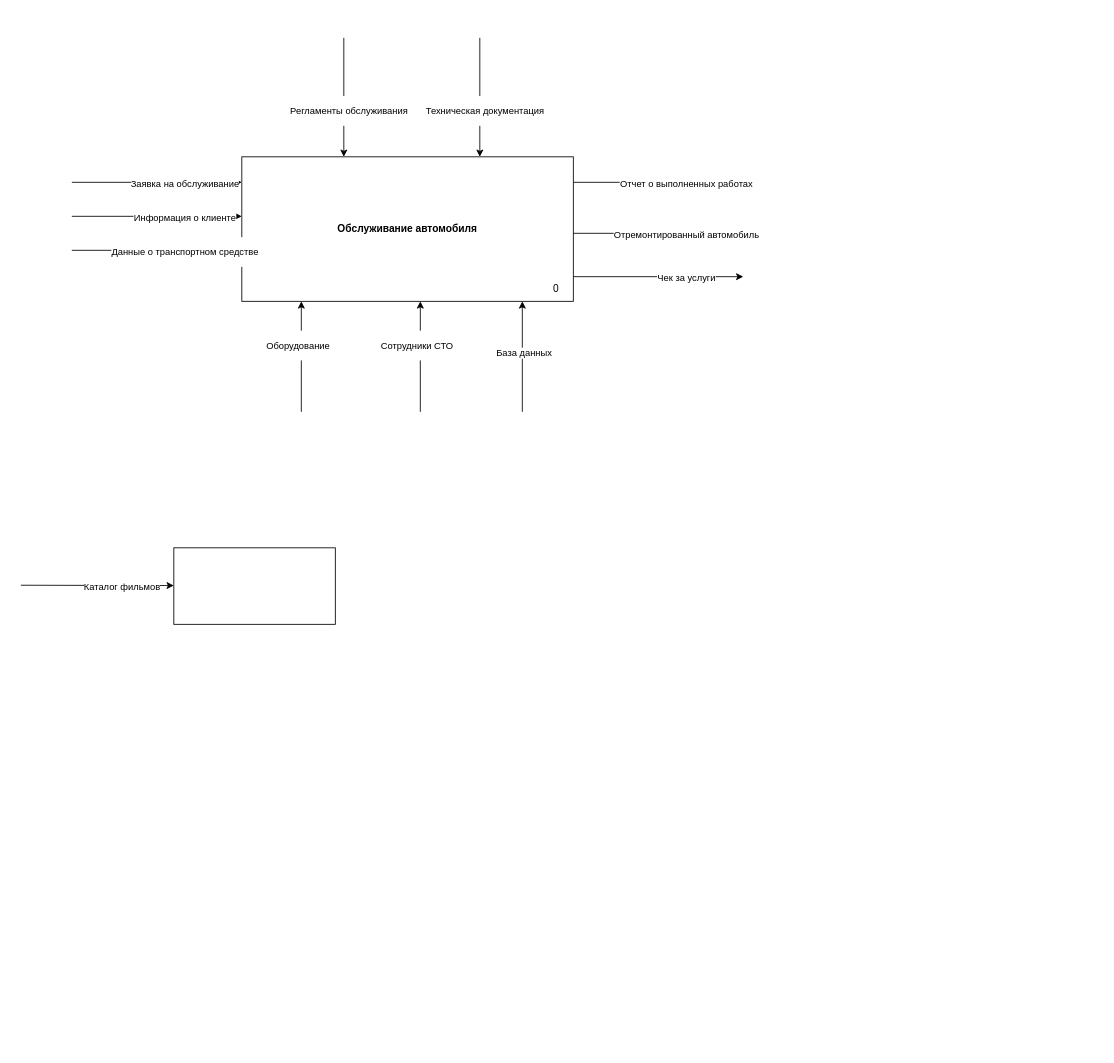
vanyailnitsk/vanyailnitsk.github.io keeps this draw.io diagram as paps_1.drawio. Above is the earlier version. Source tidied: cells renumbered, new cells numbered last; positions are measured from the earlier drawing's top-left corner, leaving out a move shared by most shapes. Both pictures are drawn from the tidied source at 85%, with x=0, y=0 at pixel (20, 37).
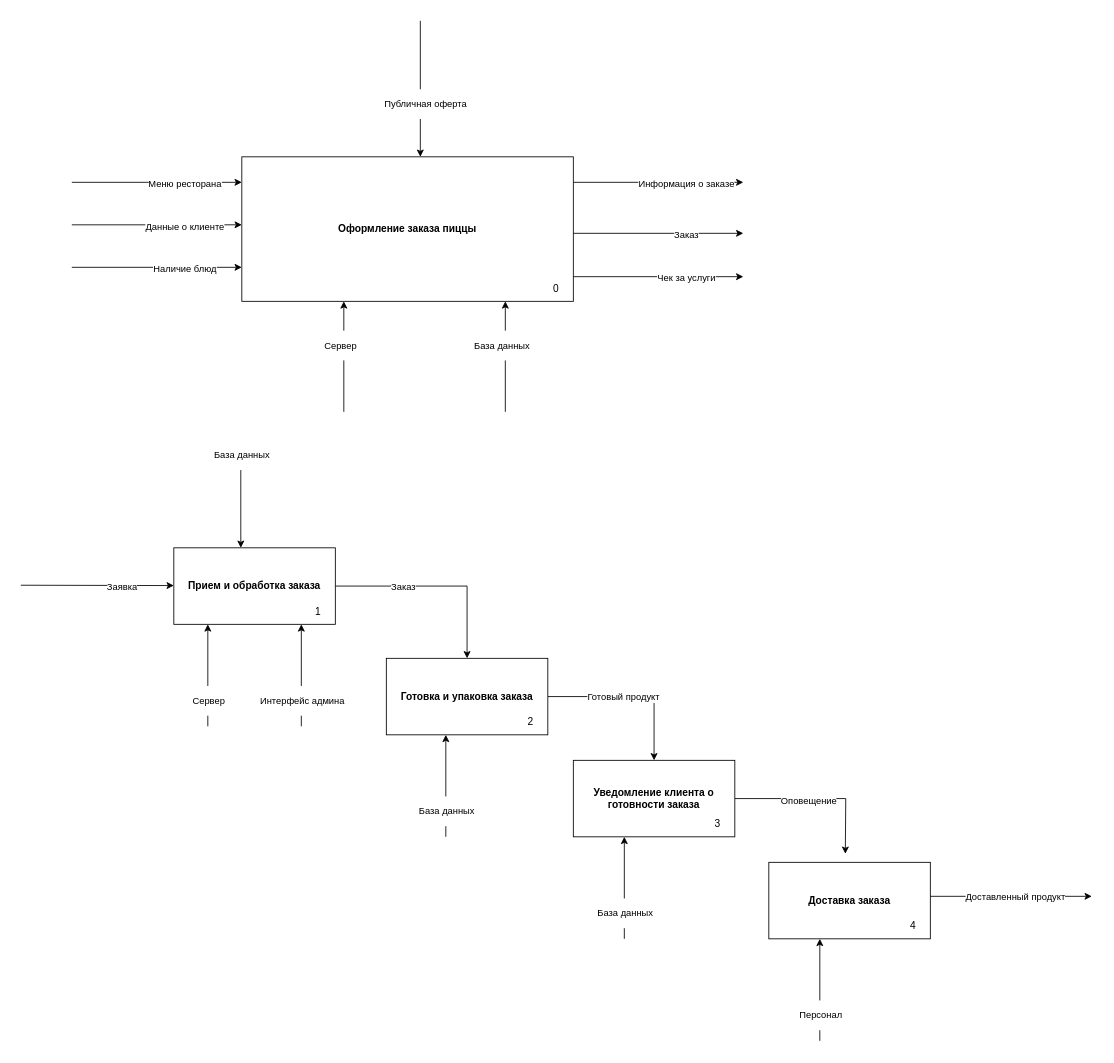
The same diagram, later.

Unchanged cells that the change refers to:
```xml
<mxCell id="3" style="endArrow=classic;html=1;rounded=0;" parent="1" edge="1">
  <mxGeometry relative="1" as="geometry">
    <mxPoint x="60" y="170" as="sourcePoint" />
    <mxPoint x="260" y="170" as="targetPoint" />
  </mxGeometry>
</mxCell>
<mxCell id="13" style="endArrow=classic;html=1;rounded=0;" parent="1" edge="1">
  <mxGeometry relative="1" as="geometry">
    <mxPoint x="650" y="170" as="sourcePoint" />
    <mxPoint x="850" y="170" as="targetPoint" />
  </mxGeometry>
</mxCell>
<mxCell id="15" style="endArrow=classic;html=1;rounded=0;" parent="1" edge="1">
  <mxGeometry relative="1" as="geometry">
    <mxPoint x="650" y="230" as="sourcePoint" />
    <mxPoint x="850" y="230" as="targetPoint" />
  </mxGeometry>
</mxCell>
<mxCell id="23" style="endArrow=classic;html=1;rounded=0;" parent="1" edge="1">
  <mxGeometry relative="1" as="geometry">
    <mxPoint y="644" as="sourcePoint" />
    <mxPoint x="180" y="644.4" as="targetPoint" />
  </mxGeometry>
</mxCell>
```

Diff of the diagram source:
```diff
@@
-    <mxCell id="2" value="&lt;h4&gt;Обслуживание автомобиля&lt;/h4&gt;" style="rounded=0;whiteSpace=wrap;html=1;" parent="1" vertex="1">
+    <mxCell id="2" value="&lt;h4&gt;Оформление заказа пиццы&lt;/h4&gt;" style="rounded=0;whiteSpace=wrap;html=1;" parent="1" vertex="1">
       <mxGeometry x="260" y="140" width="390" height="170" as="geometry" />
     </mxCell>
@@
-    <mxCell id="4" value="&lt;p&gt;Заявка на обслуживание&lt;/p&gt;" style="edgeLabel;html=1;align=center;verticalAlign=middle;" parent="3" vertex="1">
+    <mxCell id="4" value="&lt;p&gt;Меню ресторана&lt;/p&gt;" style="edgeLabel;html=1;align=center;verticalAlign=middle;" parent="3" vertex="1">
       <mxGeometry x="0.32" y="-1" relative="1" as="geometry" />
     </mxCell>
     <mxCell id="5" style="endArrow=classic;html=1;rounded=0;" parent="1" edge="1">
       <mxGeometry relative="1" as="geometry">
-        <mxPoint x="60" y="210" as="sourcePoint" />
-        <mxPoint x="260" y="210" as="targetPoint" />
+        <mxPoint x="60" y="220" as="sourcePoint" />
+        <mxPoint x="260" y="220" as="targetPoint" />
       </mxGeometry>
     </mxCell>
-    <mxCell id="6" value="&lt;p&gt;Информация о клиенте&lt;/p&gt;" style="edgeLabel;html=1;align=center;verticalAlign=middle;" parent="5" vertex="1">
+    <mxCell id="6" value="&lt;p&gt;Данные о клиенте&lt;/p&gt;" style="edgeLabel;html=1;align=center;verticalAlign=middle;" parent="5" vertex="1">
       <mxGeometry x="0.32" y="-1" relative="1" as="geometry" />
     </mxCell>
-    <mxCell id="7" style="endArrow=classic;html=1;rounded=0;" parent="1" edge="1">
-      <mxGeometry relative="1" as="geometry">
-        <mxPoint x="60" y="250" as="sourcePoint" />
-        <mxPoint x="260" y="250" as="targetPoint" />
-      </mxGeometry>
-    </mxCell>
-    <mxCell id="8" value="&lt;p&gt;Данные о транспортном средстве&lt;/p&gt;" style="edgeLabel;html=1;align=center;verticalAlign=middle;" parent="7" vertex="1">
-      <mxGeometry x="0.32" y="-1" relative="1" as="geometry" />
-    </mxCell>
     <mxCell id="9" style="endArrow=classic;html=1;rounded=0;" parent="1" edge="1">
       <mxGeometry relative="1" as="geometry">
-        <mxPoint x="330" y="440" as="sourcePoint" />
-        <mxPoint x="330" y="310" as="targetPoint" />
+        <mxPoint x="380" y="440" as="sourcePoint" />
+        <mxPoint x="380" y="310" as="targetPoint" />
       </mxGeometry>
     </mxCell>
-    <mxCell id="10" value="&lt;p&gt;Оборудование&lt;/p&gt;" style="edgeLabel;html=1;align=center;verticalAlign=middle;" parent="9" vertex="1">
+    <mxCell id="10" value="&lt;p&gt;Сервер&lt;/p&gt;" style="edgeLabel;html=1;align=center;verticalAlign=middle;" parent="9" vertex="1">
       <mxGeometry x="0.21" y="5" relative="1" as="geometry" />
     </mxCell>
-    <mxCell id="11" style="endArrow=classic;html=1;rounded=0;" parent="1" edge="1">
-      <mxGeometry relative="1" as="geometry">
-        <mxPoint x="590" y="440" as="sourcePoint" />
-        <mxPoint x="590" y="310" as="targetPoint" />
-      </mxGeometry>
-    </mxCell>
-    <mxCell id="12" value="База данных" style="edgeLabel;html=1;align=center;verticalAlign=middle;" parent="11" vertex="1">
-      <mxGeometry x="0.07" y="-1" relative="1" as="geometry" />
-    </mxCell>
@@
-    <mxCell id="14" value="&lt;p&gt;Отчет о выполненных работах&lt;/p&gt;" style="edgeLabel;html=1;align=center;verticalAlign=middle;" parent="13" vertex="1">
+    <mxCell id="14" value="&lt;p&gt;Информация о заказе&lt;/p&gt;" style="edgeLabel;html=1;align=center;verticalAlign=middle;" parent="13" vertex="1">
       <mxGeometry x="0.32" y="-1" relative="1" as="geometry" />
     </mxCell>
@@
-    <mxCell id="16" value="&lt;p&gt;Отремонтированный автомобиль&lt;/p&gt;" style="edgeLabel;html=1;align=center;verticalAlign=middle;" parent="15" vertex="1">
+    <mxCell id="16" value="&lt;p&gt;Заказ&lt;/p&gt;" style="edgeLabel;html=1;align=center;verticalAlign=middle;" parent="15" vertex="1">
       <mxGeometry x="0.32" y="-1" relative="1" as="geometry" />
     </mxCell>
-    <mxCell id="17" style="endArrow=classic;html=1;rounded=0;" parent="1" edge="1">
-      <mxGeometry relative="1" as="geometry">
-        <mxPoint x="380" as="sourcePoint" />
-        <mxPoint x="380" y="140" as="targetPoint" />
-      </mxGeometry>
-    </mxCell>
-    <mxCell id="18" value="&lt;p&gt;Регламенты обслуживания&lt;/p&gt;" style="edgeLabel;html=1;align=center;verticalAlign=middle;" parent="17" vertex="1">
-      <mxGeometry x="0.21" y="5" relative="1" as="geometry" />
-    </mxCell>
-    <mxCell id="19" style="endArrow=classic;html=1;rounded=0;" parent="1" edge="1">
-      <mxGeometry relative="1" as="geometry">
-        <mxPoint x="540" as="sourcePoint" />
-        <mxPoint x="540" y="140" as="targetPoint" />
-      </mxGeometry>
-    </mxCell>
-    <mxCell id="20" value="&lt;p&gt;Техническая документация&lt;/p&gt;" style="edgeLabel;html=1;align=center;verticalAlign=middle;" parent="19" vertex="1">
-      <mxGeometry x="0.21" y="5" relative="1" as="geometry" />
-    </mxCell>
@@
+    <mxCell id="29" style="edgeStyle=orthogonalEdgeStyle;rounded=0;jettySize=auto;html=1;entryX=0.5;entryY=0;entryDx=0;entryDy=0;" parent="1" edge="1" source="22" target="33">
+      <mxGeometry relative="1" as="geometry" />
+    </mxCell>
+    <mxCell id="30" value="&lt;p&gt;Заказ&lt;/p&gt;" style="edgeLabel;html=1;align=center;verticalAlign=middle;" parent="29" vertex="1">
+      <mxGeometry x="-0.46" y="1" relative="1" as="geometry">
+        <mxPoint x="14" y="1" as="offset" />
+      </mxGeometry>
+    </mxCell>
-    <mxCell id="22" style="rounded=0;whiteSpace=wrap;html=1;" parent="1" vertex="1">
+    <mxCell id="22" value="&lt;h4&gt;Прием и обработка заказа&lt;/h4&gt;" style="rounded=0;whiteSpace=wrap;html=1;" parent="1" vertex="1">
       <mxGeometry x="180" y="600" width="190" height="90" as="geometry" />
     </mxCell>
@@
-    <mxCell id="24" value="Каталог фильмов" style="edgeLabel;html=1;align=center;verticalAlign=middle;" parent="23" vertex="1">
+    <mxCell id="24" value="Заявка" style="edgeLabel;html=1;align=center;verticalAlign=middle;" parent="23" vertex="1">
       <mxGeometry x="0.32" y="-1" relative="1" as="geometry" />
     </mxCell>
@@
     <mxCell id="27" style="endArrow=classic;html=1;rounded=0;" parent="1" edge="1">
       <mxGeometry relative="1" as="geometry">
-        <mxPoint x="470" y="440" as="sourcePoint" />
-        <mxPoint x="470" y="310" as="targetPoint" />
+        <mxPoint x="570" y="440" as="sourcePoint" />
+        <mxPoint x="570" y="310" as="targetPoint" />
       </mxGeometry>
     </mxCell>
-    <mxCell id="28" value="&lt;p&gt;Сотрудники СТО&lt;/p&gt;" style="edgeLabel;html=1;align=center;verticalAlign=middle;" parent="27" vertex="1">
+    <mxCell id="28" value="&lt;p&gt;База данных&lt;/p&gt;" style="edgeLabel;html=1;align=center;verticalAlign=middle;" parent="27" vertex="1">
       <mxGeometry x="0.21" y="5" relative="1" as="geometry" />
     </mxCell>
+    <mxCell id="31" style="edgeStyle=orthogonalEdgeStyle;rounded=0;jettySize=auto;html=1;exitX=1;exitY=0.5;exitDx=0;exitDy=0;entryX=0.5;entryY=0;entryDx=0;entryDy=0;" parent="1" edge="1" source="33" target="36">
+      <mxGeometry relative="1" as="geometry" />
+    </mxCell>
+    <mxCell id="32" value="Готовый продукт" style="edgeLabel;html=1;align=center;verticalAlign=middle;" parent="31" vertex="1">
+      <mxGeometry x="-0.12" relative="1" as="geometry" />
+    </mxCell>
+    <mxCell id="33" value="&lt;h4&gt;Готовка и упаковка заказа&lt;/h4&gt;" style="rounded=0;whiteSpace=wrap;html=1;" parent="1" vertex="1">
+      <mxGeometry x="430" y="730" width="190" height="90" as="geometry" />
+    </mxCell>
+    <mxCell id="34" style="edgeStyle=orthogonalEdgeStyle;rounded=0;jettySize=auto;html=1;" parent="1" edge="1" source="36">
+      <mxGeometry relative="1" as="geometry">
+        <mxPoint x="970" y="960" as="targetPoint" />
+      </mxGeometry>
+    </mxCell>
+    <mxCell id="35" value="Оповещение" style="edgeLabel;html=1;align=center;verticalAlign=middle;" parent="34" vertex="1">
+      <mxGeometry x="-0.12" y="-2" relative="1" as="geometry" />
+    </mxCell>
+    <mxCell id="36" value="&lt;h4&gt;Уведомление клиента о готовности заказа&lt;/h4&gt;" style="rounded=0;whiteSpace=wrap;html=1;" parent="1" vertex="1">
+      <mxGeometry x="650" y="850" width="190" height="90" as="geometry" />
+    </mxCell>
+    <mxCell id="37" value="&lt;h4&gt;Доставка заказа&lt;/h4&gt;" style="rounded=0;whiteSpace=wrap;html=1;" parent="1" vertex="1">
+      <mxGeometry x="880" y="970" width="190" height="90" as="geometry" />
+    </mxCell>
+    <mxCell id="38" style="endArrow=classic;html=1;rounded=0;" parent="1" edge="1">
+      <mxGeometry relative="1" as="geometry">
+        <mxPoint x="258.8" y="480" as="sourcePoint" />
+        <mxPoint x="258.8" y="600" as="targetPoint" />
+      </mxGeometry>
+    </mxCell>
+    <mxCell id="39" value="&lt;p&gt;База данных&lt;/p&gt;" style="edgeLabel;html=1;align=center;verticalAlign=middle;" parent="38" vertex="1">
+      <mxGeometry x="0.21" y="5" relative="1" as="geometry">
+        <mxPoint x="-4" y="-63" as="offset" />
+      </mxGeometry>
+    </mxCell>
+    <mxCell id="40" style="endArrow=classic;html=1;rounded=0;" parent="1" edge="1">
+      <mxGeometry relative="1" as="geometry">
+        <mxPoint x="220" y="810" as="sourcePoint" />
+        <mxPoint x="220" y="690" as="targetPoint" />
+      </mxGeometry>
+    </mxCell>
+    <mxCell id="41" value="&lt;p&gt;Сервер&lt;/p&gt;" style="edgeLabel;html=1;align=center;verticalAlign=middle;" parent="40" vertex="1">
+      <mxGeometry x="-0.48" relative="1" as="geometry" />
+    </mxCell>
+    <mxCell id="42" style="endArrow=classic;html=1;rounded=0;" parent="1" edge="1">
+      <mxGeometry relative="1" as="geometry">
+        <mxPoint x="330" y="810" as="sourcePoint" />
+        <mxPoint x="330" y="690" as="targetPoint" />
+      </mxGeometry>
+    </mxCell>
+    <mxCell id="43" value="&lt;p&gt;Интерфейс админа&lt;/p&gt;" style="edgeLabel;html=1;align=center;verticalAlign=middle;" parent="42" vertex="1">
+      <mxGeometry x="-0.48" relative="1" as="geometry" />
+    </mxCell>
+    <mxCell id="44" style="endArrow=classic;html=1;rounded=0;" parent="1" edge="1">
+      <mxGeometry relative="1" as="geometry">
+        <mxPoint x="500" y="940" as="sourcePoint" />
+        <mxPoint x="500" y="820" as="targetPoint" />
+      </mxGeometry>
+    </mxCell>
+    <mxCell id="45" value="&lt;p&gt;База данных&lt;/p&gt;" style="edgeLabel;html=1;align=center;verticalAlign=middle;" parent="44" vertex="1">
+      <mxGeometry x="-0.48" relative="1" as="geometry" />
+    </mxCell>
+    <mxCell id="46" style="endArrow=classic;html=1;rounded=0;" parent="1" edge="1">
+      <mxGeometry relative="1" as="geometry">
+        <mxPoint x="60" y="270" as="sourcePoint" />
+        <mxPoint x="260" y="270" as="targetPoint" />
+      </mxGeometry>
+    </mxCell>
+    <mxCell id="47" value="&lt;p&gt;Наличие блюд&lt;/p&gt;" style="edgeLabel;html=1;align=center;verticalAlign=middle;" parent="46" vertex="1">
+      <mxGeometry x="0.32" y="-1" relative="1" as="geometry" />
+    </mxCell>
+    <mxCell id="48" style="endArrow=classic;html=1;rounded=0;" parent="1" edge="1">
+      <mxGeometry relative="1" as="geometry">
+        <mxPoint x="470" y="-20" as="sourcePoint" />
+        <mxPoint x="470" y="140" as="targetPoint" />
+      </mxGeometry>
+    </mxCell>
+    <mxCell id="49" value="&lt;p&gt;Публичная оферта&lt;/p&gt;" style="edgeLabel;html=1;align=center;verticalAlign=middle;" parent="48" vertex="1">
+      <mxGeometry x="0.21" y="5" relative="1" as="geometry" />
+    </mxCell>
+    <mxCell id="50" style="endArrow=classic;html=1;rounded=0;" parent="1" edge="1">
+      <mxGeometry relative="1" as="geometry">
+        <mxPoint x="710" y="1060" as="sourcePoint" />
+        <mxPoint x="710" y="940" as="targetPoint" />
+      </mxGeometry>
+    </mxCell>
+    <mxCell id="51" value="&lt;p&gt;База данных&lt;/p&gt;" style="edgeLabel;html=1;align=center;verticalAlign=middle;" parent="50" vertex="1">
+      <mxGeometry x="-0.48" relative="1" as="geometry" />
+    </mxCell>
+    <mxCell id="52" style="endArrow=classic;html=1;rounded=0;" parent="1" edge="1">
+      <mxGeometry relative="1" as="geometry">
+        <mxPoint x="940" y="1180" as="sourcePoint" />
+        <mxPoint x="940" y="1060" as="targetPoint" />
+      </mxGeometry>
+    </mxCell>
+    <mxCell id="53" value="&lt;p&gt;Персонал&lt;/p&gt;" style="edgeLabel;html=1;align=center;verticalAlign=middle;" parent="52" vertex="1">
+      <mxGeometry x="-0.48" relative="1" as="geometry" />
+    </mxCell>
+    <mxCell id="54" style="endArrow=classic;html=1;rounded=0;" parent="1" edge="1">
+      <mxGeometry relative="1" as="geometry">
+        <mxPoint x="1070" y="1010" as="sourcePoint" />
+        <mxPoint x="1260" y="1010" as="targetPoint" />
+      </mxGeometry>
+    </mxCell>
+    <mxCell id="55" value="Доставленный продукт" style="edgeLabel;html=1;align=center;verticalAlign=middle;" parent="54" vertex="1">
+      <mxGeometry x="0.23" y="-3" relative="1" as="geometry">
+        <mxPoint x="-18" y="-3" as="offset" />
+      </mxGeometry>
+    </mxCell>
+    <mxCell id="56" value="1" style="text;html=1;align=center;verticalAlign=middle;whiteSpace=wrap;rounded=0;" parent="1" vertex="1">
+      <mxGeometry x="320" y="661" width="60" height="30" as="geometry" />
+    </mxCell>
+    <mxCell id="57" value="2" style="text;html=1;align=center;verticalAlign=middle;whiteSpace=wrap;rounded=0;" parent="1" vertex="1">
+      <mxGeometry x="570" y="790" width="60" height="30" as="geometry" />
+    </mxCell>
+    <mxCell id="58" value="3" style="text;html=1;align=center;verticalAlign=middle;whiteSpace=wrap;rounded=0;" parent="1" vertex="1">
+      <mxGeometry x="790" y="910" width="60" height="30" as="geometry" />
+    </mxCell>
+    <mxCell id="59" value="4" style="text;html=1;align=center;verticalAlign=middle;whiteSpace=wrap;rounded=0;" parent="1" vertex="1">
+      <mxGeometry x="1020" y="1030" width="60" height="30" as="geometry" />
+    </mxCell>
```
